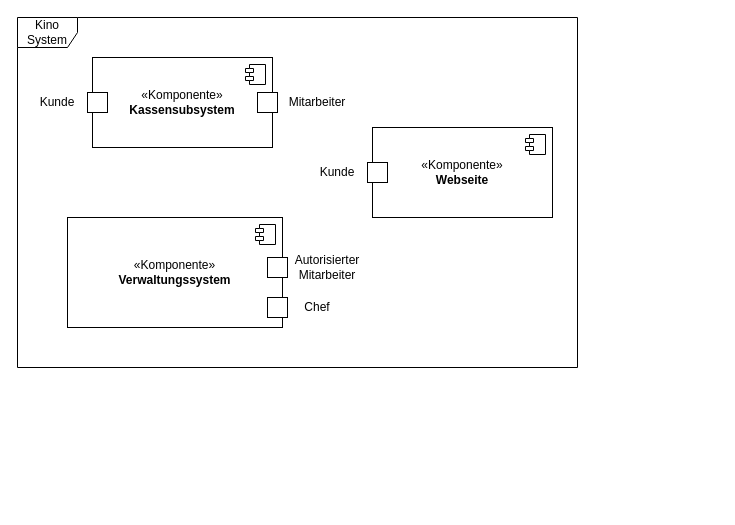
Earlier version of the draw.io diagram src/main/asciidoc/models/analysis/Kontext/Kontext.drawio (Leonard0108/Anwendungsprogrammierung). Source tidied: cells renumbered, new cells numbered last; positions are measured from the earlier drawing's top-left corner, leaving out a move shared by most shapes. Both pictures are drawn from the tidied source at 100%, with x=0, y=0 at pixel (17, 17).
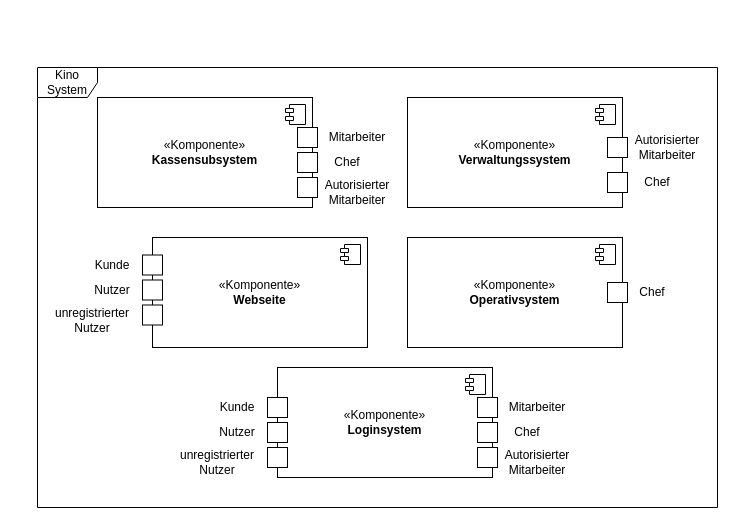
The same diagram, later.

Commit message (it also covers changes not shown here):
Kontext Diagramm vervollständigt

What changed in the source:
```diff
@@
     <mxCell id="2" value="Kino System" style="shape=umlFrame;whiteSpace=wrap;html=1;" parent="1" vertex="1">
-      <mxGeometry width="560" height="350" as="geometry" />
+      <mxGeometry x="20" y="50" width="680" height="440" as="geometry" />
     </mxCell>
     <mxCell id="3" style="group;" parent="1" vertex="1">
-      <mxGeometry x="50" y="200" width="290" height="110" as="geometry" />
+      <mxGeometry x="390" y="80" width="290" height="110" as="geometry" />
     </mxCell>
@@
     <mxCell id="7" style="whiteSpace=wrap;html=1;" parent="3" vertex="1">
-      <mxGeometry x="200" y="80" width="20" height="20" as="geometry" />
+      <mxGeometry x="200" y="75" width="20" height="20" as="geometry" />
     </mxCell>
@@
     <mxCell id="9" value="Chef" style="text;html=1;align=center;verticalAlign=middle;whiteSpace=wrap;rounded=0;" parent="3" vertex="1">
-      <mxGeometry x="220" y="75" width="60" height="30" as="geometry" />
+      <mxGeometry x="220" y="70" width="60" height="30" as="geometry" />
     </mxCell>
-    <mxCell id="10" style="group;" parent="1" vertex="1">
-      <mxGeometry x="290" y="110" width="245" height="90" as="geometry" />
-    </mxCell>
+    <mxCell id="23" style="group;" parent="1" vertex="1">
+      <mxGeometry x="390" y="220" width="290" height="110" as="geometry" />
+    </mxCell>
+    <mxCell id="24" value="«Komponente»&lt;br&gt;&lt;b&gt;Operativsystem&lt;/b&gt;" style="html=1;whiteSpace=wrap;" parent="23" vertex="1">
+      <mxGeometry width="215" height="110" as="geometry" />
+    </mxCell>
+    <mxCell id="25" style="shape=module;jettyWidth=8;jettyHeight=4;" parent="24" vertex="1">
+      <mxGeometry x="1" width="20" height="20" relative="1" as="geometry">
+        <mxPoint x="-27" y="7" as="offset" />
+      </mxGeometry>
+    </mxCell>
+    <mxCell id="26" style="whiteSpace=wrap;html=1;" parent="23" vertex="1">
+      <mxGeometry x="200" y="45" width="20" height="20" as="geometry" />
+    </mxCell>
+    <mxCell id="27" value="Chef" style="text;html=1;align=center;verticalAlign=middle;whiteSpace=wrap;rounded=0;" parent="23" vertex="1">
+      <mxGeometry x="215" y="40" width="60" height="30" as="geometry" />
+    </mxCell>
+    <mxCell id="28" style="group;" parent="1" vertex="1">
+      <mxGeometry x="170" y="350" width="380" height="110" as="geometry" />
+    </mxCell>
+    <mxCell id="29" value="«Komponente»&lt;br&gt;&lt;b&gt;Loginsystem&lt;/b&gt;" style="html=1;whiteSpace=wrap;" parent="28" vertex="1">
+      <mxGeometry x="90" width="215" height="110" as="geometry" />
+    </mxCell>
+    <mxCell id="30" style="shape=module;jettyWidth=8;jettyHeight=4;" parent="29" vertex="1">
+      <mxGeometry x="1" width="20" height="20" relative="1" as="geometry">
+        <mxPoint x="-27" y="7" as="offset" />
+      </mxGeometry>
+    </mxCell>
+    <mxCell id="31" style="whiteSpace=wrap;html=1;" parent="28" vertex="1">
+      <mxGeometry x="290" y="55" width="20" height="20" as="geometry" />
+    </mxCell>
+    <mxCell id="32" style="whiteSpace=wrap;html=1;" parent="28" vertex="1">
+      <mxGeometry x="290" y="80" width="20" height="20" as="geometry" />
+    </mxCell>
+    <mxCell id="33" value="Autorisierter Mitarbeiter" style="text;html=1;align=center;verticalAlign=middle;whiteSpace=wrap;rounded=0;" parent="28" vertex="1">
+      <mxGeometry x="320" y="80" width="60" height="30" as="geometry" />
+    </mxCell>
+    <mxCell id="34" value="Chef" style="text;html=1;align=center;verticalAlign=middle;whiteSpace=wrap;rounded=0;" parent="28" vertex="1">
+      <mxGeometry x="310" y="50" width="60" height="30" as="geometry" />
+    </mxCell>
+    <mxCell id="35" style="whiteSpace=wrap;html=1;" parent="28" vertex="1">
+      <mxGeometry x="290" y="30" width="20" height="20" as="geometry" />
+    </mxCell>
+    <mxCell id="36" value="Mitarbeiter" style="text;html=1;align=center;verticalAlign=middle;whiteSpace=wrap;rounded=0;" parent="28" vertex="1">
+      <mxGeometry x="320" y="25" width="60" height="30" as="geometry" />
+    </mxCell>
+    <mxCell id="37" style="whiteSpace=wrap;html=1;" parent="28" vertex="1">
+      <mxGeometry x="80" y="30" width="20" height="20" as="geometry" />
+    </mxCell>
+    <mxCell id="38" style="whiteSpace=wrap;html=1;" parent="28" vertex="1">
+      <mxGeometry x="80" y="55" width="20" height="20" as="geometry" />
+    </mxCell>
+    <mxCell id="39" style="whiteSpace=wrap;html=1;" parent="28" vertex="1">
+      <mxGeometry x="80" y="80" width="20" height="20" as="geometry" />
+    </mxCell>
+    <mxCell id="40" value="Kunde" style="text;html=1;align=center;verticalAlign=middle;whiteSpace=wrap;rounded=0;" parent="28" vertex="1">
+      <mxGeometry x="20" y="25" width="60" height="30" as="geometry" />
+    </mxCell>
+    <mxCell id="41" value="Nutzer" style="text;html=1;align=center;verticalAlign=middle;whiteSpace=wrap;rounded=0;" parent="28" vertex="1">
+      <mxGeometry x="20" y="50" width="60" height="30" as="geometry" />
+    </mxCell>
+    <mxCell id="42" value="unregistrierter Nutzer" style="text;html=1;align=center;verticalAlign=middle;whiteSpace=wrap;rounded=0;" parent="28" vertex="1">
+      <mxGeometry y="80" width="60" height="30" as="geometry" />
+    </mxCell>
+    <mxCell id="43" style="group;" parent="1" vertex="1">
+      <mxGeometry x="45" y="220" width="305" height="110" as="geometry" />
+    </mxCell>
-    <mxCell id="11" value="«Komponente»&lt;br&gt;&lt;b&gt;Webseite&lt;/b&gt;" style="html=1;whiteSpace=wrap;" parent="10" vertex="1">
-      <mxGeometry x="65" width="180" height="90" as="geometry" />
+    <mxCell id="11" value="«Komponente»&lt;br&gt;&lt;b&gt;Webseite&lt;/b&gt;" style="html=1;whiteSpace=wrap;" parent="43" vertex="1">
+      <mxGeometry x="90" width="215" height="110" as="geometry" />
     </mxCell>
-    <mxCell id="12" style="shape=module;jettyWidth=8;jettyHeight=4;" parent="11" vertex="1">
-      <mxGeometry x="1" width="20" height="20" relative="1" as="geometry">
-        <mxPoint x="-27" y="7" as="offset" />
-      </mxGeometry>
-    </mxCell>
-    <mxCell id="13" style="whiteSpace=wrap;html=1;" parent="10" vertex="1">
-      <mxGeometry x="60" y="35" width="20" height="20" as="geometry" />
-    </mxCell>
-    <mxCell id="14" value="Kunde" style="text;html=1;align=center;verticalAlign=middle;whiteSpace=wrap;rounded=0;" parent="10" vertex="1">
-      <mxGeometry y="30" width="60" height="30" as="geometry" />
-    </mxCell>
-    <mxCell id="15" style="group;" parent="1" vertex="1">
-      <mxGeometry x="10" y="40" width="320" height="90" as="geometry" />
-    </mxCell>
-    <mxCell id="16" style="group;" parent="15" vertex="1">
-      <mxGeometry width="250" height="90" as="geometry" />
-    </mxCell>
+    <mxCell id="44" style="shape=module;jettyWidth=8;jettyHeight=4;" parent="11" vertex="1">
+      <mxGeometry x="1" width="20" height="20" relative="1" as="geometry">
+        <mxPoint x="-27" y="7" as="offset" />
+      </mxGeometry>
+    </mxCell>
+    <mxCell id="45" style="whiteSpace=wrap;html=1;" parent="43" vertex="1">
+      <mxGeometry x="80" y="17.5" width="20" height="20" as="geometry" />
+    </mxCell>
+    <mxCell id="46" style="whiteSpace=wrap;html=1;" parent="43" vertex="1">
+      <mxGeometry x="80" y="42.5" width="20" height="20" as="geometry" />
+    </mxCell>
+    <mxCell id="47" style="whiteSpace=wrap;html=1;" parent="43" vertex="1">
+      <mxGeometry x="80" y="67.5" width="20" height="20" as="geometry" />
+    </mxCell>
+    <mxCell id="48" value="Kunde" style="text;html=1;align=center;verticalAlign=middle;whiteSpace=wrap;rounded=0;" parent="43" vertex="1">
+      <mxGeometry x="20" y="12.5" width="60" height="30" as="geometry" />
+    </mxCell>
+    <mxCell id="49" value="Nutzer" style="text;html=1;align=center;verticalAlign=middle;whiteSpace=wrap;rounded=0;" parent="43" vertex="1">
+      <mxGeometry x="20" y="37.5" width="60" height="30" as="geometry" />
+    </mxCell>
+    <mxCell id="50" value="unregistrierter Nutzer" style="text;html=1;align=center;verticalAlign=middle;whiteSpace=wrap;rounded=0;" parent="43" vertex="1">
+      <mxGeometry y="67.5" width="60" height="30" as="geometry" />
+    </mxCell>
+    <mxCell id="51" style="group;" parent="1" vertex="1">
+      <mxGeometry x="80" y="80" width="290" height="110" as="geometry" />
+    </mxCell>
-    <mxCell id="17" value="«Komponente»&lt;br&gt;&lt;b&gt;Kassensubsystem&lt;/b&gt;" style="html=1;whiteSpace=wrap;" parent="16" vertex="1">
-      <mxGeometry x="65" width="180" height="90" as="geometry" />
+    <mxCell id="17" value="«Komponente»&lt;br&gt;&lt;b&gt;Kassensubsystem&lt;/b&gt;" style="html=1;whiteSpace=wrap;" parent="51" vertex="1">
+      <mxGeometry width="215" height="110" as="geometry" />
     </mxCell>
-    <mxCell id="18" style="shape=module;jettyWidth=8;jettyHeight=4;" parent="17" vertex="1">
-      <mxGeometry x="1" width="20" height="20" relative="1" as="geometry">
-        <mxPoint x="-27" y="7" as="offset" />
-      </mxGeometry>
-    </mxCell>
-    <mxCell id="19" style="whiteSpace=wrap;html=1;" parent="16" vertex="1">
-      <mxGeometry x="60" y="35" width="20" height="20" as="geometry" />
-    </mxCell>
-    <mxCell id="20" value="Kunde" style="text;html=1;align=center;verticalAlign=middle;whiteSpace=wrap;rounded=0;" parent="16" vertex="1">
-      <mxGeometry y="30" width="60" height="30" as="geometry" />
-    </mxCell>
-    <mxCell id="21" style="whiteSpace=wrap;html=1;" parent="16" vertex="1">
-      <mxGeometry x="230" y="35" width="20" height="20" as="geometry" />
-    </mxCell>
-    <mxCell id="22" value="Mitarbeiter" style="text;html=1;align=center;verticalAlign=middle;whiteSpace=wrap;rounded=0;" parent="15" vertex="1">
-      <mxGeometry x="260" y="30" width="60" height="30" as="geometry" />
-    </mxCell>
+    <mxCell id="52" style="shape=module;jettyWidth=8;jettyHeight=4;" parent="17" vertex="1">
+      <mxGeometry x="1" width="20" height="20" relative="1" as="geometry">
+        <mxPoint x="-27" y="7" as="offset" />
+      </mxGeometry>
+    </mxCell>
+    <mxCell id="53" style="whiteSpace=wrap;html=1;" parent="51" vertex="1">
+      <mxGeometry x="200" y="55" width="20" height="20" as="geometry" />
+    </mxCell>
+    <mxCell id="54" style="whiteSpace=wrap;html=1;" parent="51" vertex="1">
+      <mxGeometry x="200" y="80" width="20" height="20" as="geometry" />
+    </mxCell>
+    <mxCell id="55" value="Autorisierter Mitarbeiter" style="text;html=1;align=center;verticalAlign=middle;whiteSpace=wrap;rounded=0;" parent="51" vertex="1">
+      <mxGeometry x="230" y="80" width="60" height="30" as="geometry" />
+    </mxCell>
+    <mxCell id="56" value="Chef" style="text;html=1;align=center;verticalAlign=middle;whiteSpace=wrap;rounded=0;" parent="51" vertex="1">
+      <mxGeometry x="220" y="50" width="60" height="30" as="geometry" />
+    </mxCell>
+    <mxCell id="57" style="whiteSpace=wrap;html=1;" parent="51" vertex="1">
+      <mxGeometry x="200" y="30" width="20" height="20" as="geometry" />
+    </mxCell>
+    <mxCell id="58" value="Mitarbeiter" style="text;html=1;align=center;verticalAlign=middle;whiteSpace=wrap;rounded=0;" parent="51" vertex="1">
+      <mxGeometry x="230" y="25" width="60" height="30" as="geometry" />
+    </mxCell>
```
